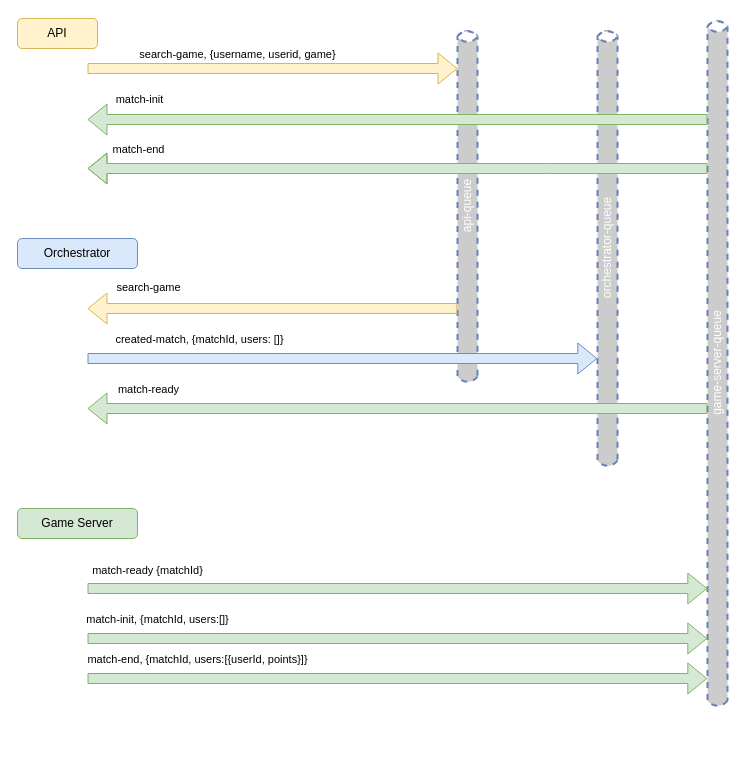
This is page "messages" (1 of 2) of documents/architecture.drawio from paolinos/web-game-server, a draw.io file, before an edit. Source tidied: cells renumbered, new cells numbered last; positions are measured from the earlier drawing's top-left corner, leaving out a move shared by most shapes. Both pictures are drawn from the tidied source at 100%, with x=0, y=0 at pixel (17, 18).
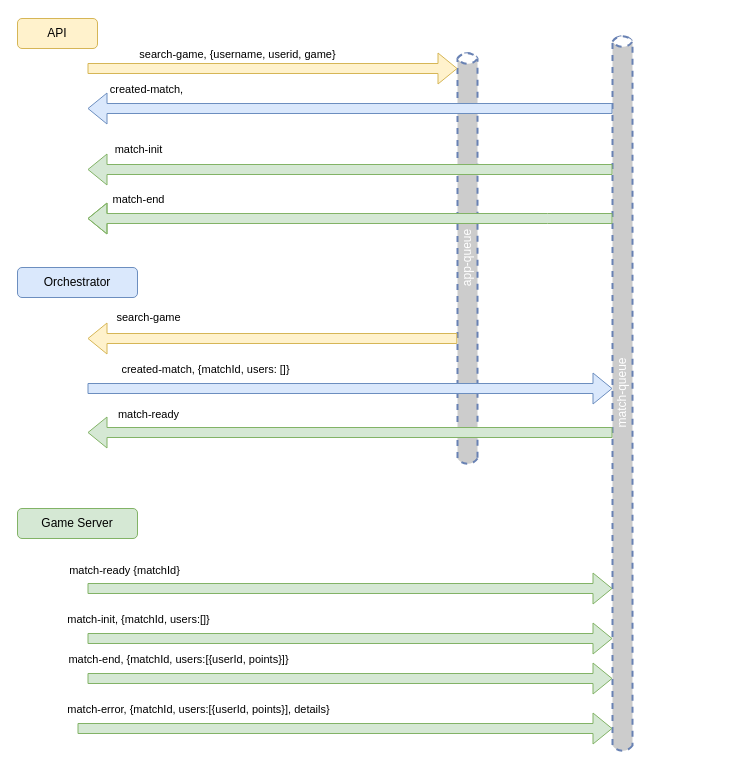
The same diagram, later.

Commit message (it also covers changes not shown here):
#documents Update messages-workflow.jpg & architecture.drawio file. Update Queue to have app-queue & match-queue

Diff of the diagram source:
```diff
@@
     <mxCell id="3" value="Orchestrator" style="rounded=1;whiteSpace=wrap;html=1;fillColor=#dae8fc;strokeColor=#6c8ebf;" parent="1" vertex="1">
-      <mxGeometry y="220" width="120" height="30" as="geometry" />
+      <mxGeometry y="249" width="120" height="30" as="geometry" />
     </mxCell>
@@
-    <mxCell id="5" value="api-queue" style="html=1;outlineConnect=0;fillColor=#CCCCCC;strokeColor=#6881B3;gradientColor=none;gradientDirection=north;strokeWidth=2;shape=mxgraph.networks.bus;gradientColor=none;gradientDirection=north;fontColor=#ffffff;perimeter=backbonePerimeter;backboneSize=20;dashed=1;rotation=-90;" parent="1" vertex="1">
-      <mxGeometry x="272" y="168" width="356" height="40" as="geometry" />
+    <mxCell id="5" value="app-queue" style="html=1;outlineConnect=0;fillColor=#CCCCCC;strokeColor=#6881B3;gradientColor=none;gradientDirection=north;strokeWidth=2;shape=mxgraph.networks.bus;gradientColor=none;gradientDirection=north;fontColor=#ffffff;perimeter=backbonePerimeter;backboneSize=20;dashed=1;rotation=-90;" parent="1" vertex="1">
+      <mxGeometry x="242" y="220" width="416" height="40" as="geometry" />
     </mxCell>
-    <mxCell id="6" value="orchestrator-queue" style="html=1;fillColor=#CCCCCC;strokeColor=#6881B3;gradientColor=none;gradientDirection=north;strokeWidth=2;shape=mxgraph.networks.bus;gradientColor=none;gradientDirection=north;fontColor=#ffffff;perimeter=backbonePerimeter;backboneSize=20;dashed=1;rotation=-90;" parent="1" vertex="1">
-      <mxGeometry x="370" y="210" width="440" height="40" as="geometry" />
-    </mxCell>
-    <mxCell id="7" value="game-server-queue" style="html=1;outlineConnect=0;fillColor=#CCCCCC;strokeColor=#6881B3;gradientColor=none;gradientDirection=north;strokeWidth=2;shape=mxgraph.networks.bus;gradientColor=none;gradientDirection=north;fontColor=#ffffff;perimeter=backbonePerimeter;backboneSize=20;dashed=1;rotation=-90;" parent="1" vertex="1">
-      <mxGeometry x="355" y="325" width="690" height="40" as="geometry" />
+    <mxCell id="7" value="match-queue" style="html=1;outlineConnect=0;fillColor=#CCCCCC;strokeColor=#6881B3;gradientColor=none;gradientDirection=north;strokeWidth=2;shape=mxgraph.networks.bus;gradientColor=none;gradientDirection=north;fontColor=#ffffff;perimeter=backbonePerimeter;backboneSize=20;dashed=1;rotation=-90;" parent="1" vertex="1">
+      <mxGeometry x="245" y="355" width="720" height="40" as="geometry" />
     </mxCell>
@@
     <mxCell id="10" style="shape=flexArrow;endArrow=classic;html=1;rounded=0;fillColor=#fff2cc;strokeColor=#d6b656;" parent="1" edge="1">
       <mxGeometry relative="1" as="geometry">
-        <mxPoint x="439.8" y="290" as="sourcePoint" />
-        <mxPoint x="70" y="290" as="targetPoint" />
+        <mxPoint x="439.8" y="320" as="sourcePoint" />
+        <mxPoint x="70" y="320" as="targetPoint" />
       </mxGeometry>
     </mxCell>
@@
-    <mxCell id="12" style="shape=flexArrow;endArrow=classic;html=1;rounded=0;fillColor=#dae8fc;strokeColor=#6c8ebf;" parent="1" edge="1">
-      <mxGeometry relative="1" as="geometry">
-        <mxPoint x="70" y="340" as="sourcePoint" />
-        <mxPoint x="579.8" y="340" as="targetPoint" />
-      </mxGeometry>
-    </mxCell>
-    <mxCell id="13" value="created-match, {matchId, users: []}" style="edgeLabel;html=1;align=center;verticalAlign=middle;" parent="12" vertex="1">
-      <mxGeometry x="-0.24" y="2" relative="1" as="geometry">
-        <mxPoint x="-83" y="-18" as="offset" />
-      </mxGeometry>
-    </mxCell>
-    <mxCell id="14" style="shape=flexArrow;endArrow=classic;html=1;rounded=0;fillColor=#d5e8d4;strokeColor=#82b366;" parent="1" edge="1">
+    <mxCell id="14" style="shape=flexArrow;endArrow=classic;html=1;rounded=0;fillColor=#d5e8d4;strokeColor=#82b366;" parent="1" edge="1" target="7">
       <mxGeometry relative="1" as="geometry">
         <mxPoint x="70" y="570" as="sourcePoint" />
-        <mxPoint x="689.8" y="570" as="targetPoint" />
       </mxGeometry>
     </mxCell>
@@
-    <mxCell id="16" style="shape=flexArrow;endArrow=classic;html=1;rounded=0;fillColor=#d5e8d4;strokeColor=#82b366;" parent="1" edge="1">
+    <mxCell id="16" style="shape=flexArrow;endArrow=classic;html=1;rounded=0;fillColor=#d5e8d4;strokeColor=#82b366;" parent="1" edge="1" target="7">
       <mxGeometry relative="1" as="geometry">
         <mxPoint x="70" y="620" as="sourcePoint" />
-        <mxPoint x="689.8" y="620" as="targetPoint" />
       </mxGeometry>
     </mxCell>
     <mxCell id="17" value="match-init, {matchId, users:[]}" style="edgeLabel;html=1;align=center;verticalAlign=middle;" parent="16" vertex="1">
       <mxGeometry x="-0.49" y="-5" relative="1" as="geometry">
-        <mxPoint x="-88" y="-25" as="offset" />
+        <mxPoint x="-84" y="-25" as="offset" />
       </mxGeometry>
     </mxCell>
-    <mxCell id="18" style="shape=flexArrow;endArrow=classic;html=1;rounded=0;fillColor=#d5e8d4;strokeColor=#82b366;" parent="1" edge="1">
+    <mxCell id="18" style="shape=flexArrow;endArrow=classic;html=1;rounded=0;fillColor=#d5e8d4;strokeColor=#82b366;" parent="1" edge="1" target="7">
       <mxGeometry relative="1" as="geometry">
         <mxPoint x="70" y="660" as="sourcePoint" />
-        <mxPoint x="689.8" y="660" as="targetPoint" />
       </mxGeometry>
     </mxCell>
     <mxCell id="19" value="match-end, {matchId, users:[{userId, points}]}" style="edgeLabel;html=1;align=center;verticalAlign=middle;" parent="18" vertex="1">
       <mxGeometry x="-0.49" y="-5" relative="1" as="geometry">
-        <mxPoint x="-48" y="-25" as="offset" />
+        <mxPoint x="-44" y="-25" as="offset" />
       </mxGeometry>
     </mxCell>
     <mxCell id="20" style="shape=flexArrow;endArrow=classic;html=1;rounded=0;fillColor=#d5e8d4;strokeColor=#82b366;" parent="1" edge="1">
       <mxGeometry relative="1" as="geometry">
-        <mxPoint x="689.8" y="390" as="sourcePoint" />
-        <mxPoint x="70" y="390" as="targetPoint" />
+        <mxPoint x="595" y="414" as="sourcePoint" />
+        <mxPoint x="70" y="414" as="targetPoint" />
       </mxGeometry>
     </mxCell>
     <mxCell id="21" value="match-ready" style="edgeLabel;html=1;align=center;verticalAlign=middle;" parent="20" vertex="1">
       <mxGeometry x="-0.49" y="-5" relative="1" as="geometry">
-        <mxPoint x="-401" y="-15" as="offset" />
+        <mxPoint x="-331" y="-14" as="offset" />
       </mxGeometry>
     </mxCell>
     <mxCell id="22" style="shape=flexArrow;endArrow=classic;html=1;rounded=0;fillColor=#d5e8d4;strokeColor=#82b366;" parent="1" edge="1">
       <mxGeometry relative="1" as="geometry">
-        <mxPoint x="689.8" y="150" as="sourcePoint" />
-        <mxPoint x="70" y="150" as="targetPoint" />
+        <mxPoint x="595" y="200" as="sourcePoint" />
+        <mxPoint x="70" y="200" as="targetPoint" />
         <Array as="points">
-          <mxPoint x="530" y="150" />
+          <mxPoint x="530" y="200" />
         </Array>
       </mxGeometry>
     </mxCell>
     <mxCell id="23" value="match-end" style="edgeLabel;html=1;align=center;verticalAlign=middle;" parent="22" vertex="1">
       <mxGeometry x="-0.49" y="-5" relative="1" as="geometry">
-        <mxPoint x="-411" y="-15" as="offset" />
+        <mxPoint x="-341" y="-15" as="offset" />
       </mxGeometry>
     </mxCell>
-    <mxCell id="24" style="shape=flexArrow;endArrow=classic;html=1;rounded=0;fillColor=#d5e8d4;strokeColor=#82b366;" parent="1" edge="1" source="7">
+    <mxCell id="24" style="shape=flexArrow;endArrow=classic;html=1;rounded=0;fillColor=#d5e8d4;strokeColor=#82b366;" parent="1" edge="1">
       <mxGeometry relative="1" as="geometry">
-        <mxPoint x="70" y="101" as="targetPoint" />
+        <mxPoint x="595" y="151" as="sourcePoint" />
+        <mxPoint x="70" y="151" as="targetPoint" />
       </mxGeometry>
     </mxCell>
     <mxCell id="25" value="match-init" style="edgeLabel;html=1;align=center;verticalAlign=middle;" parent="24" vertex="1">
       <mxGeometry x="-0.49" y="-5" relative="1" as="geometry">
-        <mxPoint x="-411" y="-16" as="offset" />
+        <mxPoint x="-341" y="-16" as="offset" />
       </mxGeometry>
     </mxCell>
+    <mxCell id="26" style="shape=flexArrow;endArrow=classic;html=1;rounded=0;fillColor=#d5e8d4;strokeColor=#82b366;" parent="1" edge="1" target="7">
+      <mxGeometry relative="1" as="geometry">
+        <mxPoint x="60" y="710" as="sourcePoint" />
+      </mxGeometry>
+    </mxCell>
+    <mxCell id="27" value="match-error, {matchId, users:[{userId, points}], details}" style="edgeLabel;html=1;align=center;verticalAlign=middle;" parent="26" vertex="1">
+      <mxGeometry x="-0.49" y="-5" relative="1" as="geometry">
+        <mxPoint x="-16" y="-25" as="offset" />
+      </mxGeometry>
+    </mxCell>
+    <mxCell id="12" style="shape=flexArrow;endArrow=classic;html=1;rounded=0;fillColor=#dae8fc;strokeColor=#6c8ebf;" parent="1" edge="1">
+      <mxGeometry relative="1" as="geometry">
+        <mxPoint x="70" y="370" as="sourcePoint" />
+        <mxPoint x="595" y="370" as="targetPoint" />
+      </mxGeometry>
+    </mxCell>
+    <mxCell id="13" value="created-match, {matchId, users: []}" style="edgeLabel;html=1;align=center;verticalAlign=middle;" parent="12" vertex="1">
+      <mxGeometry x="-0.24" y="2" relative="1" as="geometry">
+        <mxPoint x="-83" y="-18" as="offset" />
+      </mxGeometry>
+    </mxCell>
+    <mxCell id="28" style="shape=flexArrow;endArrow=classic;html=1;rounded=0;fillColor=#dae8fc;strokeColor=#6c8ebf;" parent="1" edge="1" source="7">
+      <mxGeometry relative="1" as="geometry">
+        <mxPoint x="70" y="90" as="targetPoint" />
+      </mxGeometry>
+    </mxCell>
+    <mxCell id="29" value="created-match," style="edgeLabel;html=1;align=center;verticalAlign=middle;" parent="28" vertex="1">
+      <mxGeometry x="-0.24" y="2" relative="1" as="geometry">
+        <mxPoint x="-267" y="-22" as="offset" />
+      </mxGeometry>
+    </mxCell>
```
